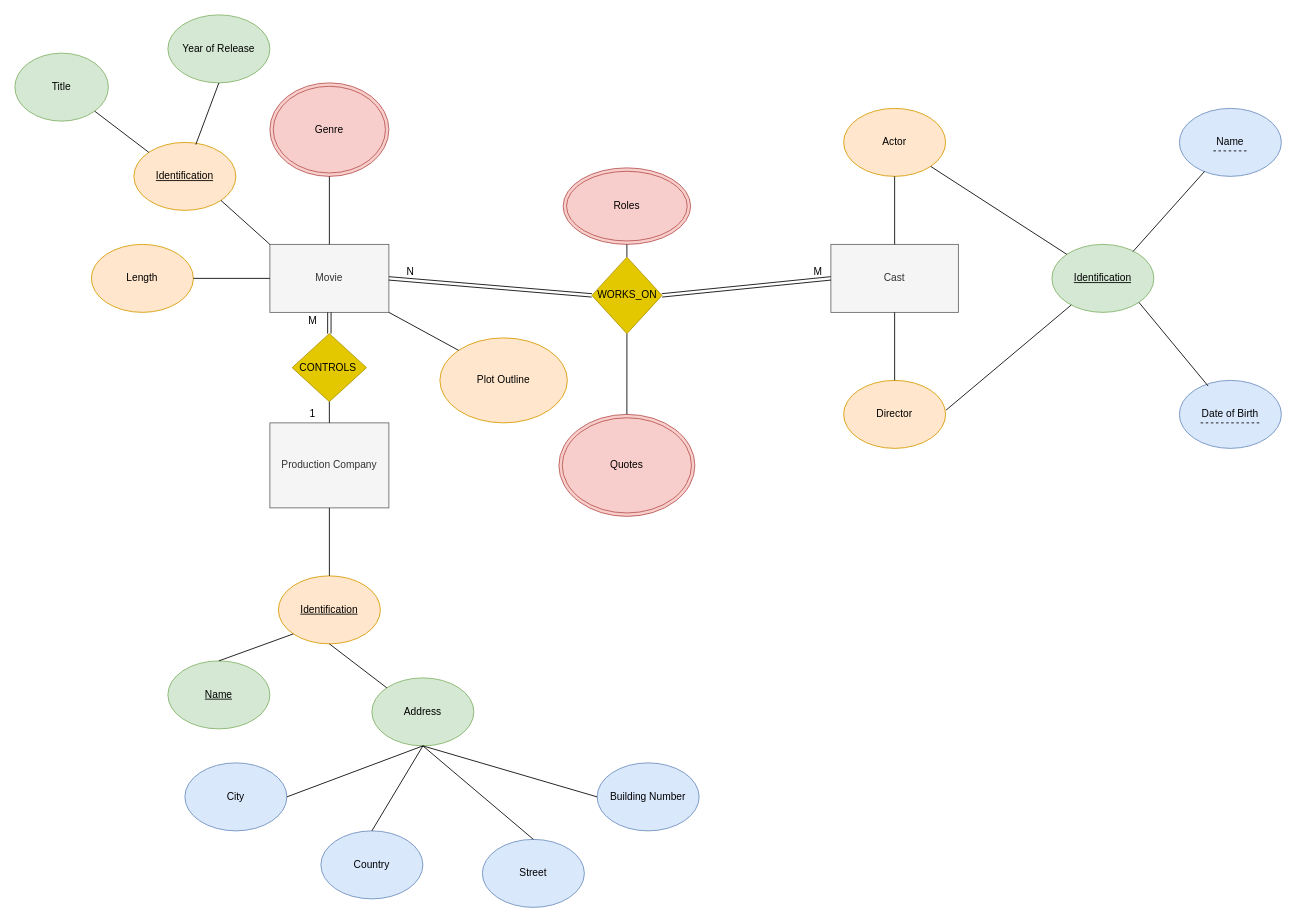
Before: CPSC 2221 Lab 1.drawio in William-BC-CA/CPSC2221_ER_Modelling, a draw.io diagram. Source tidied: cells renumbered, new cells numbered last; positions are measured from the earlier drawing's top-left corner, leaving out a move shared by most shapes. Both pictures are drawn from the tidied source at 85%, with x=0, y=0 at pixel (14, 14).
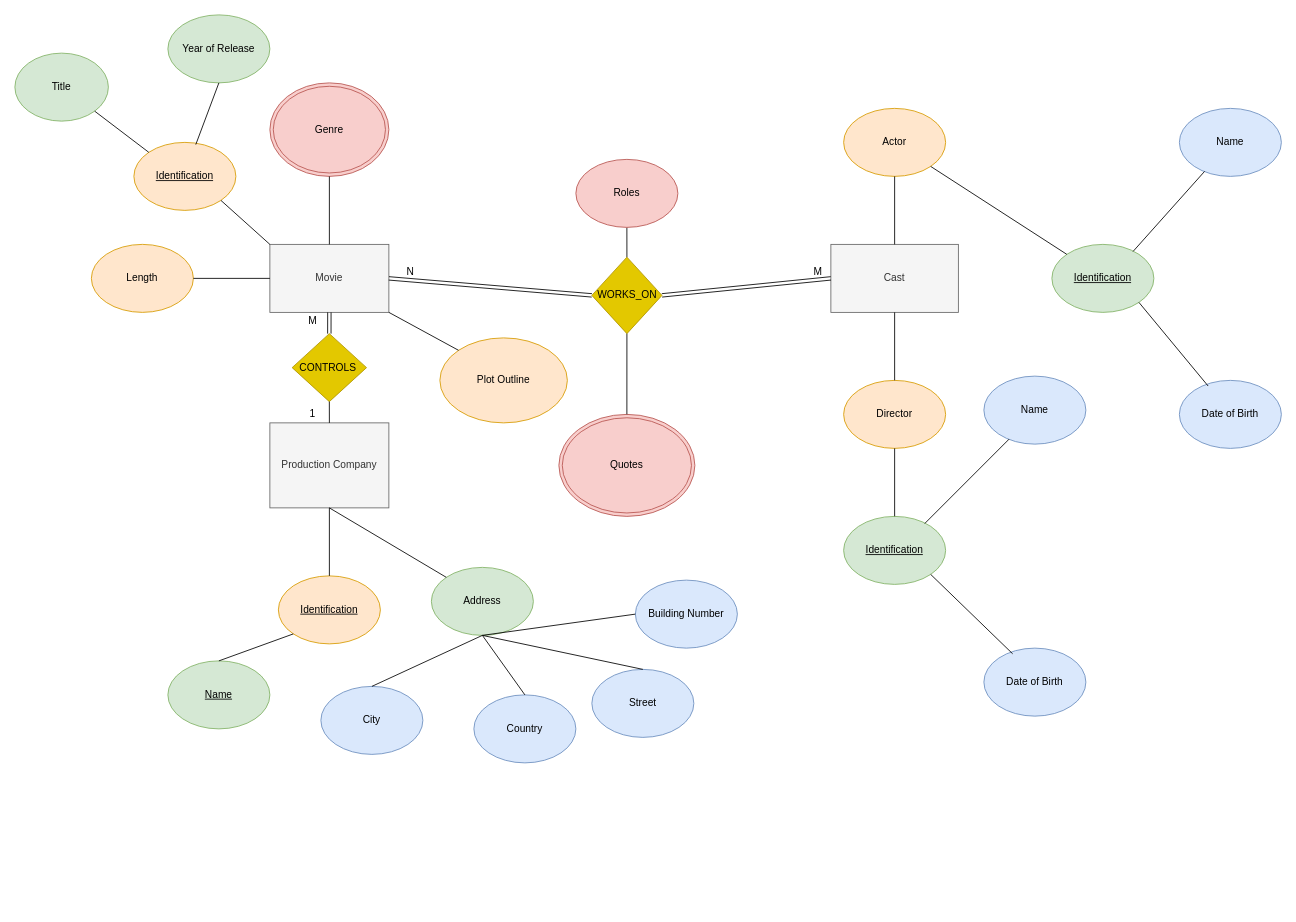
Above is the later version.

The change refers to these unchanged cells:
```xml
<mxCell id="29" value="Production Company" style="rounded=0;whiteSpace=wrap;html=1;fillColor=#f5f5f5;strokeColor=#666666;fontColor=#333333;" parent="1" vertex="1">
  <mxGeometry x="300" y="480" width="140" height="100" as="geometry" />
</mxCell>
<mxCell id="37" value="&lt;u&gt;Identification&lt;/u&gt;" style="ellipse;whiteSpace=wrap;html=1;fillColor=#ffe6cc;strokeColor=#d79b00;" parent="1" vertex="1">
  <mxGeometry x="310" y="660" width="120" height="80" as="geometry" />
</mxCell>
<mxCell id="41" value="&lt;u&gt;Identification&lt;/u&gt;" style="ellipse;whiteSpace=wrap;html=1;fillColor=#d5e8d4;strokeColor=#82b366;" parent="1" vertex="1">
  <mxGeometry x="1220" y="270" width="120" height="80" as="geometry" />
</mxCell>
<mxCell id="47" value="Director" style="ellipse;whiteSpace=wrap;html=1;fillColor=#ffe6cc;strokeColor=#d79b00;" parent="1" vertex="1">
  <mxGeometry x="975" y="430" width="120" height="80" as="geometry" />
</mxCell>
```

Change to the diagram source:
```diff
@@
     <mxCell id="9" value="Address" style="ellipse;whiteSpace=wrap;html=1;fillColor=#d5e8d4;strokeColor=#82b366;" parent="1" vertex="1">
-      <mxGeometry x="420" y="780" width="120" height="80" as="geometry" />
+      <mxGeometry x="490" y="650" width="120" height="80" as="geometry" />
     </mxCell>
     <mxCell id="10" value="Country" style="ellipse;whiteSpace=wrap;html=1;fillColor=#dae8fc;strokeColor=#6c8ebf;" parent="1" vertex="1">
-      <mxGeometry x="360" y="960" width="120" height="80" as="geometry" />
+      <mxGeometry x="540" y="800" width="120" height="80" as="geometry" />
     </mxCell>
     <mxCell id="11" value="City" style="ellipse;whiteSpace=wrap;html=1;fillColor=#dae8fc;strokeColor=#6c8ebf;" parent="1" vertex="1">
-      <mxGeometry x="200" y="880" width="120" height="80" as="geometry" />
+      <mxGeometry x="360" y="790" width="120" height="80" as="geometry" />
     </mxCell>
     <mxCell id="12" value="Street" style="ellipse;whiteSpace=wrap;html=1;fillColor=#dae8fc;strokeColor=#6c8ebf;" parent="1" vertex="1">
-      <mxGeometry x="550" y="970" width="120" height="80" as="geometry" />
+      <mxGeometry x="678.8" y="770" width="120" height="80" as="geometry" />
     </mxCell>
     <mxCell id="13" value="Building Number" style="ellipse;whiteSpace=wrap;html=1;fillColor=#dae8fc;strokeColor=#6c8ebf;" parent="1" vertex="1">
-      <mxGeometry x="685" y="880" width="120" height="80" as="geometry" />
+      <mxGeometry x="730" y="665" width="120" height="80" as="geometry" />
     </mxCell>
@@
-    <mxCell id="17" value="Roles" style="ellipse;shape=doubleEllipse;whiteSpace=wrap;html=1;fillColor=#f8cecc;strokeColor=#b85450;" parent="1" vertex="1">
-      <mxGeometry x="645" y="180" width="150" height="90" as="geometry" />
-    </mxCell>
@@
-    <mxCell id="21" style="endArrow=none;html=1;exitX=1;exitY=0.5;exitDx=0;exitDy=0;entryX=0.5;entryY=1;entryDx=0;entryDy=0;" parent="1" edge="1" source="11" target="9">
+    <mxCell id="21" style="endArrow=none;html=1;exitX=0.5;exitY=0;exitDx=0;exitDy=0;entryX=0.5;entryY=1;entryDx=0;entryDy=0;" parent="1" edge="1" source="11" target="9">
       <mxGeometry relative="1" as="geometry" />
     </mxCell>
-    <mxCell id="22" style="endArrow=none;html=1;exitX=0.5;exitY=0;exitDx=0;exitDy=0;" parent="1" edge="1" source="12">
-      <mxGeometry relative="1" as="geometry">
-        <mxPoint x="480" y="860" as="targetPoint" />
-      </mxGeometry>
+    <mxCell id="22" style="endArrow=none;html=1;exitX=0.5;exitY=0;exitDx=0;exitDy=0;entryX=0.5;entryY=1;entryDx=0;entryDy=0;" parent="1" edge="1" source="12" target="9">
+      <mxGeometry relative="1" as="geometry" />
     </mxCell>
@@
-    <mxCell id="38" style="endArrow=none;html=1;rounded=0;exitX=0.5;exitY=1;exitDx=0;exitDy=0;entryX=0;entryY=0;entryDx=0;entryDy=0;" parent="1" edge="1" source="37" target="9">
-      <mxGeometry relative="1" as="geometry" />
-    </mxCell>
@@
-    <mxCell id="51" style="endArrow=none;html=1;rounded=0;exitX=1.004;exitY=0.438;exitDx=0;exitDy=0;exitPerimeter=0;" parent="1" edge="1" source="47" target="41">
-      <mxGeometry relative="1" as="geometry" />
-    </mxCell>
@@
-    <mxCell id="58" style="endArrow=none;dashed=1;html=1;rounded=0;" parent="1" edge="1">
-      <mxGeometry relative="1" as="geometry">
-        <mxPoint x="1410" y="160" as="sourcePoint" />
-        <mxPoint x="1450" y="160" as="targetPoint" />
-      </mxGeometry>
-    </mxCell>
-    <mxCell id="59" style="endArrow=none;dashed=1;html=1;rounded=0;" parent="1" edge="1">
-      <mxGeometry relative="1" as="geometry">
-        <mxPoint x="1395" y="480" as="sourcePoint" />
-        <mxPoint x="1465" y="480" as="targetPoint" />
-      </mxGeometry>
-    </mxCell>
+    <mxCell id="17" value="Roles" style="ellipse;whiteSpace=wrap;html=1;fillColor=#f8cecc;strokeColor=#b85450;" parent="1" vertex="1">
+      <mxGeometry x="660" y="170" width="120" height="80" as="geometry" />
+    </mxCell>
+    <mxCell id="60" value="&lt;u&gt;Identification&lt;/u&gt;" style="ellipse;whiteSpace=wrap;html=1;fillColor=#d5e8d4;strokeColor=#82b366;" parent="1" vertex="1">
+      <mxGeometry x="975" y="590" width="120" height="80" as="geometry" />
+    </mxCell>
+    <mxCell id="61" value="&lt;p class=&quot;MsoNormal&quot;&gt;Name&lt;/p&gt;" style="ellipse;whiteSpace=wrap;html=1;fillColor=#dae8fc;strokeColor=#6c8ebf;" parent="1" vertex="1">
+      <mxGeometry x="1140" y="425" width="120" height="80" as="geometry" />
+    </mxCell>
+    <mxCell id="62" value="Date of Birth" style="ellipse;whiteSpace=wrap;html=1;fillColor=#dae8fc;strokeColor=#6c8ebf;" parent="1" vertex="1">
+      <mxGeometry x="1140" y="745" width="120" height="80" as="geometry" />
+    </mxCell>
+    <mxCell id="63" style="endArrow=none;html=1;rounded=0;entryX=0.247;entryY=0.927;entryDx=0;entryDy=0;entryPerimeter=0;exitX=0.796;exitY=0.104;exitDx=0;exitDy=0;exitPerimeter=0;" parent="1" edge="1" source="60" target="61">
+      <mxGeometry relative="1" as="geometry" />
+    </mxCell>
+    <mxCell id="64" style="endArrow=none;html=1;rounded=0;entryX=0.282;entryY=0.083;entryDx=0;entryDy=0;entryPerimeter=0;exitX=1;exitY=1;exitDx=0;exitDy=0;" parent="1" edge="1" source="60" target="62">
+      <mxGeometry relative="1" as="geometry" />
+    </mxCell>
+    <mxCell id="65" style="endArrow=none;html=1;rounded=0;entryX=0.5;entryY=1;entryDx=0;entryDy=0;exitX=0.5;exitY=0;exitDx=0;exitDy=0;" parent="1" edge="1" source="60" target="47">
+      <mxGeometry relative="1" as="geometry" />
+    </mxCell>
+    <mxCell id="66" style="endArrow=none;html=1;rounded=0;exitX=0.5;exitY=1;exitDx=0;exitDy=0;entryX=0;entryY=0;entryDx=0;entryDy=0;" parent="1" edge="1" source="29" target="9">
+      <mxGeometry relative="1" as="geometry" />
+    </mxCell>
```
